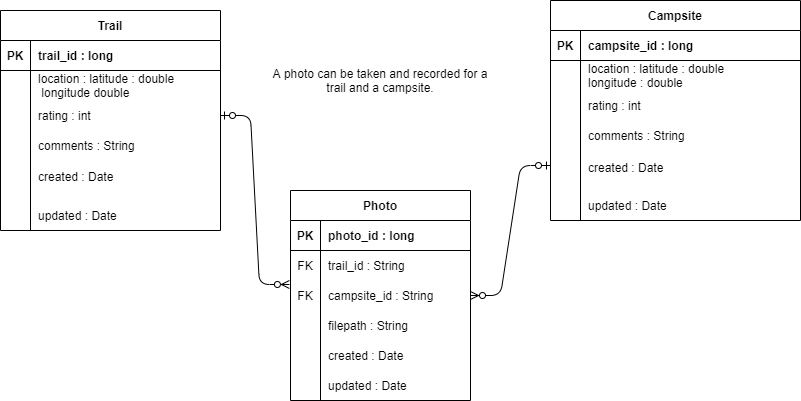
nm-trailmaster/nm-trailmaster.github.io keeps this draw.io diagram as docs/img/erd.png. Above is the earlier version. Source tidied: cells renumbered, new cells last; positions are measured from the earlier drawing's top-left corner, leaving out a move shared by most shapes.
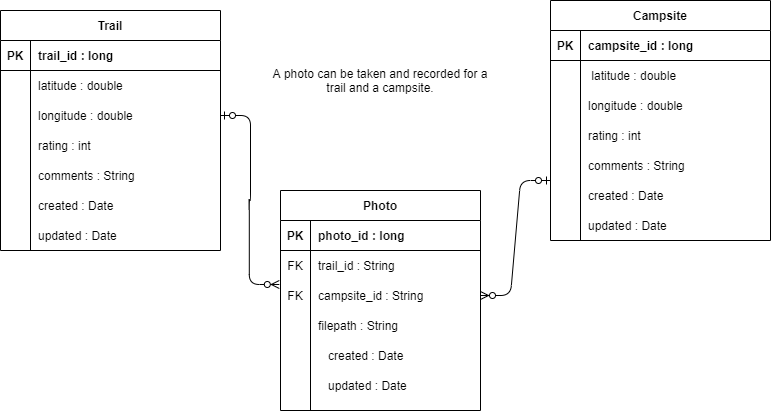
The same file after the commit.

What changed in the source:
```diff
@@ -9,16 +9,16 @@
       <mxGeometry x="270" y="30" width="220" height="100" as="geometry" />
     </mxCell>
     <mxCell id="4" value="created : Date" style="shape=partialRectangle;fillColor=none;top=0;left=0;bottom=0;right=0;align=left;spacingLeft=6;overflow=hidden;" parent="1" vertex="1">
-      <mxGeometry x="580" y="152" width="220" height="30" as="geometry" />
+      <mxGeometry x="580" y="180" width="190" height="30" as="geometry" />
     </mxCell>
     <mxCell id="5" value="updated : Date" style="shape=partialRectangle;fillColor=none;top=0;left=0;bottom=0;right=0;align=left;spacingLeft=6;overflow=hidden;" parent="1" vertex="1">
-      <mxGeometry x="580" y="190" width="220" height="30" as="geometry" />
+      <mxGeometry x="580" y="210" width="190" height="30" as="geometry" />
     </mxCell>
     <mxCell id="6" value="created : Date" style="shape=partialRectangle;fillColor=none;top=0;left=0;bottom=0;right=0;align=left;spacingLeft=6;overflow=hidden;" parent="1" vertex="1">
-      <mxGeometry x="30" y="161" width="190" height="30" as="geometry" />
+      <mxGeometry x="30" y="190" width="190" height="30" as="geometry" />
     </mxCell>
     <mxCell id="7" value="updated : Date" style="shape=partialRectangle;fillColor=none;top=0;left=0;bottom=0;right=0;align=left;spacingLeft=6;overflow=hidden;" parent="1" vertex="1">
-      <mxGeometry x="30" y="200" width="190" height="30" as="geometry" />
+      <mxGeometry x="30" y="220" width="190" height="30" as="geometry" />
     </mxCell>
     <mxCell id="8" value="created : Date" style="shape=partialRectangle;fillColor=none;top=0;left=0;bottom=0;right=0;align=left;spacingLeft=6;overflow=hidden;" parent="1" vertex="1">
       <mxGeometry x="320" y="340" width="150" height="30" as="geometry" />
@@ -30,7 +30,7 @@
       <mxGeometry relative="1" as="geometry" />
     </mxCell>
     <mxCell id="11" value="Trail" style="shape=table;startSize=30;rowLines=0;fontStyle=1;align=center;" parent="1" vertex="1">
-      <mxGeometry y="10" width="220" height="220" as="geometry" />
+      <mxGeometry y="10" width="220" height="240" as="geometry" />
     </mxCell>
     <mxCell id="12" style="shape=partialRectangle;fillColor=none;top=0;left=0;bottom=1;right=0;" parent="11" vertex="1">
       <mxGeometry y="30" width="220" height="30" as="geometry" />
@@ -47,7 +47,7 @@
     <mxCell id="16" style="shape=partialRectangle;fillColor=none;top=0;left=0;bottom=0;right=0;overflow=hidden;" parent="15" vertex="1">
       <mxGeometry width="30" height="30" as="geometry" />
     </mxCell>
-    <mxCell id="17" value="location : latitude : double&#10; longitude double" style="shape=partialRectangle;fillColor=none;top=0;left=0;bottom=0;right=0;align=left;spacingLeft=6;overflow=hidden;" parent="15" vertex="1">
+    <mxCell id="17" value="latitude : double" style="shape=partialRectangle;fillColor=none;top=0;left=0;bottom=0;right=0;align=left;spacingLeft=6;overflow=hidden;" parent="15" vertex="1">
       <mxGeometry x="30" width="190" height="30" as="geometry" />
     </mxCell>
     <mxCell id="18" style="shape=partialRectangle;fillColor=none;top=0;left=0;bottom=0;right=0;points=[[0,0.5],[1,0.5]];portConstraint=eastwest;" parent="11" vertex="1">
@@ -56,7 +56,7 @@
     <mxCell id="19" style="shape=partialRectangle;fillColor=none;top=0;left=0;bottom=0;right=0;overflow=hidden;" parent="18" vertex="1">
       <mxGeometry width="30" height="30" as="geometry" />
     </mxCell>
-    <mxCell id="20" value="rating : int" style="shape=partialRectangle;fillColor=none;top=0;left=0;bottom=0;right=0;align=left;spacingLeft=6;overflow=hidden;" parent="18" vertex="1">
+    <mxCell id="20" value="longitude : double" style="shape=partialRectangle;fillColor=none;top=0;left=0;bottom=0;right=0;align=left;spacingLeft=6;overflow=hidden;" parent="18" vertex="1">
       <mxGeometry x="30" width="190" height="30" as="geometry" />
     </mxCell>
     <mxCell id="21" style="shape=partialRectangle;fillColor=none;top=0;left=0;bottom=0;right=0;" parent="11" vertex="1">
@@ -65,86 +65,92 @@
     <mxCell id="22" style="shape=partialRectangle;fillColor=none;top=0;left=0;bottom=0;right=0;overflow=hidden;" parent="21" vertex="1">
       <mxGeometry width="30" height="30" as="geometry" />
     </mxCell>
-    <mxCell id="23" value="comments : String" style="shape=partialRectangle;fillColor=none;top=0;left=0;bottom=0;right=0;align=left;spacingLeft=6;overflow=hidden;" parent="21" vertex="1">
+    <mxCell id="23" value="rating : int" style="shape=partialRectangle;fillColor=none;top=0;left=0;bottom=0;right=0;align=left;spacingLeft=6;overflow=hidden;" parent="21" vertex="1">
       <mxGeometry x="30" width="190" height="30" as="geometry" />
     </mxCell>
     <mxCell id="24" value="Campsite" style="shape=table;startSize=30;rowLines=0;fontStyle=1;align=center;" parent="1" vertex="1">
-      <mxGeometry x="550" width="250" height="220" as="geometry" />
+      <mxGeometry x="550" width="220" height="240" as="geometry" />
     </mxCell>
     <mxCell id="25" style="shape=partialRectangle;fillColor=none;top=0;left=0;bottom=1;right=0;" parent="24" vertex="1">
-      <mxGeometry y="30" width="250" height="30" as="geometry" />
+      <mxGeometry y="30" width="220" height="30" as="geometry" />
     </mxCell>
     <mxCell id="26" value="PK" style="shape=partialRectangle;fillColor=none;top=0;left=0;bottom=0;right=0;fontStyle=1;overflow=hidden;" parent="25" vertex="1">
       <mxGeometry width="30" height="30" as="geometry" />
     </mxCell>
     <mxCell id="27" value="campsite_id : long" style="shape=partialRectangle;fillColor=none;top=0;left=0;bottom=0;right=0;align=left;spacingLeft=6;fontStyle=1;overflow=hidden;" parent="25" vertex="1">
-      <mxGeometry x="30" width="220" height="30" as="geometry" />
+      <mxGeometry x="30" width="190" height="30" as="geometry" />
     </mxCell>
     <mxCell id="28" style="shape=partialRectangle;fillColor=none;top=0;left=0;bottom=0;right=0;" parent="24" vertex="1">
-      <mxGeometry y="60" width="250" height="30" as="geometry" />
+      <mxGeometry y="60" width="220" height="30" as="geometry" />
     </mxCell>
     <mxCell id="29" style="shape=partialRectangle;fillColor=none;top=0;left=0;bottom=0;right=0;overflow=hidden;" parent="28" vertex="1">
       <mxGeometry width="30" height="30" as="geometry" />
     </mxCell>
-    <mxCell id="30" value="location : latitude : double &#10;longitude : double" style="shape=partialRectangle;fillColor=none;top=0;left=0;bottom=0;right=0;align=left;spacingLeft=6;overflow=hidden;" parent="28" vertex="1">
-      <mxGeometry x="30" width="220" height="30" as="geometry" />
+    <mxCell id="30" value=" latitude : double " style="shape=partialRectangle;fillColor=none;top=0;left=0;bottom=0;right=0;align=left;spacingLeft=6;overflow=hidden;" parent="28" vertex="1">
+      <mxGeometry x="30" width="190" height="30" as="geometry" />
     </mxCell>
     <mxCell id="31" style="shape=partialRectangle;fillColor=none;top=0;left=0;bottom=0;right=0;" parent="24" vertex="1">
-      <mxGeometry y="90" width="250" height="30" as="geometry" />
+      <mxGeometry y="90" width="220" height="30" as="geometry" />
     </mxCell>
     <mxCell id="32" style="shape=partialRectangle;fillColor=none;top=0;left=0;bottom=0;right=0;overflow=hidden;" parent="31" vertex="1">
       <mxGeometry width="30" height="30" as="geometry" />
     </mxCell>
-    <mxCell id="33" value="rating : int" style="shape=partialRectangle;fillColor=none;top=0;left=0;bottom=0;right=0;align=left;spacingLeft=6;overflow=hidden;" parent="31" vertex="1">
-      <mxGeometry x="30" width="220" height="30" as="geometry" />
+    <mxCell id="33" value="longitude : double" style="shape=partialRectangle;fillColor=none;top=0;left=0;bottom=0;right=0;align=left;spacingLeft=6;overflow=hidden;" parent="31" vertex="1">
+      <mxGeometry x="30" width="190" height="30" as="geometry" />
     </mxCell>
     <mxCell id="34" style="shape=partialRectangle;fillColor=none;top=0;left=0;bottom=0;right=0;" parent="24" vertex="1">
-      <mxGeometry y="120" width="250" height="30" as="geometry" />
+      <mxGeometry y="120" width="220" height="30" as="geometry" />
     </mxCell>
     <mxCell id="35" style="shape=partialRectangle;fillColor=none;top=0;left=0;bottom=0;right=0;overflow=hidden;" parent="34" vertex="1">
       <mxGeometry width="30" height="30" as="geometry" />
     </mxCell>
-    <mxCell id="36" value="comments : String" style="shape=partialRectangle;fillColor=none;top=0;left=0;bottom=0;right=0;align=left;spacingLeft=6;overflow=hidden;" parent="34" vertex="1">
-      <mxGeometry x="30" width="220" height="30" as="geometry" />
+    <mxCell id="36" value="rating : int" style="shape=partialRectangle;fillColor=none;top=0;left=0;bottom=0;right=0;align=left;spacingLeft=6;overflow=hidden;" parent="34" vertex="1">
+      <mxGeometry x="30" width="190" height="30" as="geometry" />
     </mxCell>
     <mxCell id="37" value="Photo" style="shape=table;startSize=30;rowLines=0;fontStyle=1;align=center;" parent="1" vertex="1">
-      <mxGeometry x="290" y="190" width="180" height="210" as="geometry" />
+      <mxGeometry x="280" y="190" width="200" height="220" as="geometry" />
     </mxCell>
     <mxCell id="38" style="shape=partialRectangle;fillColor=none;top=0;left=0;bottom=1;right=0;" parent="37" vertex="1">
-      <mxGeometry y="30" width="180" height="30" as="geometry" />
+      <mxGeometry y="30" width="200" height="30" as="geometry" />
     </mxCell>
     <mxCell id="39" value="PK" style="shape=partialRectangle;fillColor=none;top=0;left=0;bottom=0;right=0;fontStyle=1;overflow=hidden;" parent="38" vertex="1">
       <mxGeometry width="30" height="30" as="geometry" />
     </mxCell>
     <mxCell id="40" value="photo_id : long" style="shape=partialRectangle;fillColor=none;top=0;left=0;bottom=0;right=0;align=left;spacingLeft=6;fontStyle=1;overflow=hidden;" parent="38" vertex="1">
-      <mxGeometry x="30" width="150" height="30" as="geometry" />
+      <mxGeometry x="30" width="170" height="30" as="geometry" />
     </mxCell>
     <mxCell id="41" style="shape=partialRectangle;fillColor=none;top=0;left=0;bottom=0;right=0;" parent="37" vertex="1">
-      <mxGeometry y="60" width="180" height="30" as="geometry" />
+      <mxGeometry y="60" width="200" height="30" as="geometry" />
     </mxCell>
     <mxCell id="42" value="FK" style="shape=partialRectangle;fillColor=none;top=0;left=0;bottom=0;right=0;overflow=hidden;" parent="41" vertex="1">
       <mxGeometry width="30" height="30" as="geometry" />
     </mxCell>
     <mxCell id="43" value="trail_id : String" style="shape=partialRectangle;fillColor=none;top=0;left=0;bottom=0;right=0;align=left;spacingLeft=6;overflow=hidden;" parent="41" vertex="1">
-      <mxGeometry x="30" width="150" height="30" as="geometry" />
+      <mxGeometry x="30" width="170" height="30" as="geometry" />
     </mxCell>
     <mxCell id="44" style="shape=partialRectangle;fillColor=none;top=0;left=0;bottom=0;right=0;points=[[0,0.5],[1,0.5]];portConstraint=eastwest;" parent="37" vertex="1">
-      <mxGeometry y="90" width="180" height="30" as="geometry" />
+      <mxGeometry y="90" width="200" height="30" as="geometry" />
     </mxCell>
     <mxCell id="45" value="FK" style="shape=partialRectangle;fillColor=none;top=0;left=0;bottom=0;right=0;overflow=hidden;" parent="44" vertex="1">
       <mxGeometry width="30" height="30" as="geometry" />
     </mxCell>
     <mxCell id="46" value="campsite_id : String" style="shape=partialRectangle;fillColor=none;top=0;left=0;bottom=0;right=0;align=left;spacingLeft=6;overflow=hidden;" parent="44" vertex="1">
-      <mxGeometry x="30" width="150" height="30" as="geometry" />
+      <mxGeometry x="30" width="170" height="30" as="geometry" />
     </mxCell>
     <mxCell id="47" style="shape=partialRectangle;fillColor=none;top=0;left=0;bottom=0;right=0;" parent="37" vertex="1">
-      <mxGeometry y="120" width="180" height="30" as="geometry" />
+      <mxGeometry y="120" width="200" height="30" as="geometry" />
     </mxCell>
     <mxCell id="48" style="shape=partialRectangle;fillColor=none;top=0;left=0;bottom=0;right=0;overflow=hidden;" parent="47" vertex="1">
       <mxGeometry width="30" height="30" as="geometry" />
     </mxCell>
     <mxCell id="49" value="filepath : String" style="shape=partialRectangle;fillColor=none;top=0;left=0;bottom=0;right=0;align=left;spacingLeft=6;overflow=hidden;" parent="47" vertex="1">
-      <mxGeometry x="30" width="150" height="30" as="geometry" />
+      <mxGeometry x="30" width="170" height="30" as="geometry" />
     </mxCell>
+    <mxCell id="50" value="comments : String" style="shape=partialRectangle;fillColor=none;top=0;left=0;bottom=0;right=0;align=left;spacingLeft=6;overflow=hidden;" parent="1" vertex="1">
+      <mxGeometry x="580" y="150" width="190" height="30" as="geometry" />
+    </mxCell>
+    <mxCell id="51" value="comments : String" style="shape=partialRectangle;fillColor=none;top=0;left=0;bottom=0;right=0;align=left;spacingLeft=6;overflow=hidden;" parent="1" vertex="1">
+      <mxGeometry x="30" y="160" width="190" height="30" as="geometry" />
+    </mxCell>
   </root>
 </mxGraphModel>
```
